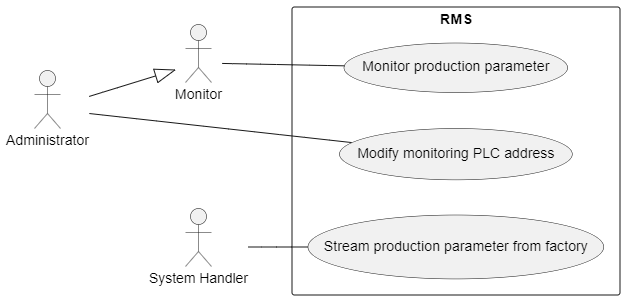
Above: Report7/SRS/FunctionalRequirement/Monitoring/use-case.png in f-pms/Document (PlantUML), before the change. Its source is kept beside it as Report7/SRS/FunctionalRequirement/Monitoring/use-case.wsd. Source of this version:
```plantuml
@startuml
left to right direction
actor "Monitor" as m
actor "Administrator" as a
actor "System Handler" as s

rectangle RMS {
 (Monitor production parameter) as mp
 (Modify monitoring PLC address) as mm
 (Stream production parameter from factory) as sm
}

s -- sm
m -- mp
a --|> m
a -- mm

@enduml
```
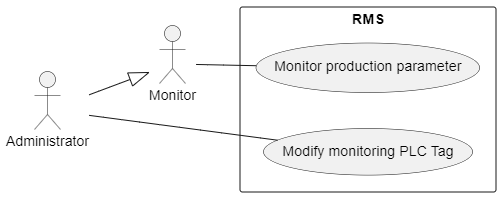
The same diagram one commit later.

Diff of the diagram source:
```diff
@@ -2,15 +2,12 @@
 left to right direction
 actor "Monitor" as m
 actor "Administrator" as a
-actor "System Handler" as s
 
 rectangle RMS {
  (Monitor production parameter) as mp
- (Modify monitoring PLC address) as mm
- (Stream production parameter from factory) as sm
+ (Modify monitoring PLC Tag) as mm
 }
 
-s -- sm
 m -- mp
 a --|> m
 a -- mm
```
